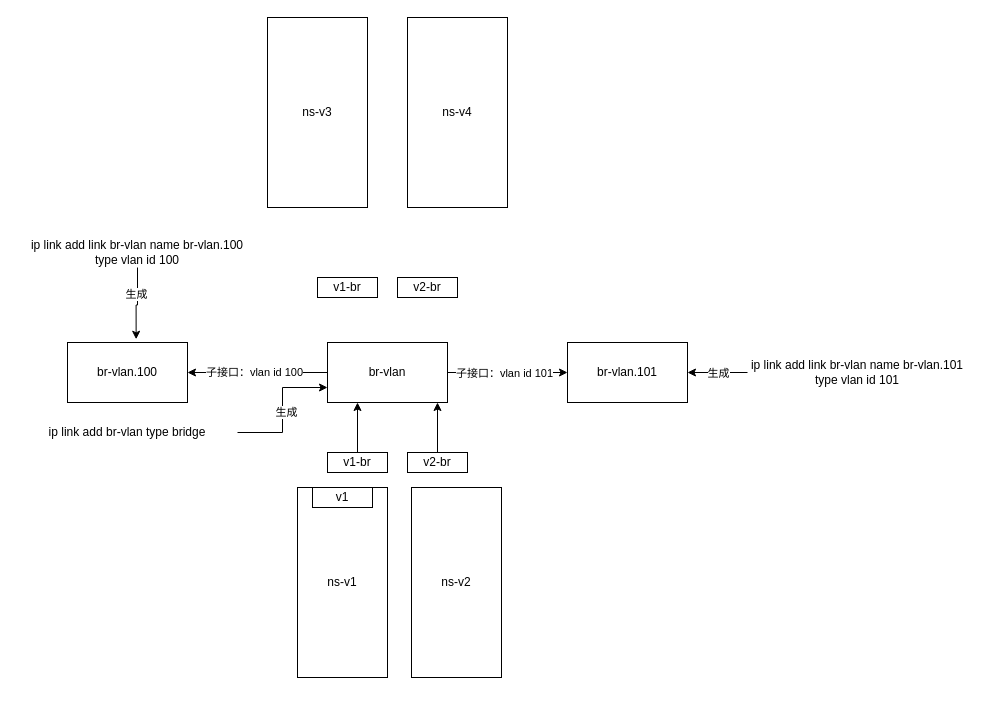
Above: vlan-模拟测试.drawio in lovegood66/network (draw.io), before the change. Source tidied: cells renumbered, new cells numbered last; positions are measured from the earlier drawing's top-left corner, leaving out a move shared by most shapes. Both pictures are drawn from the tidied source at 100%, with x=0, y=0 at pixel (17, 17).
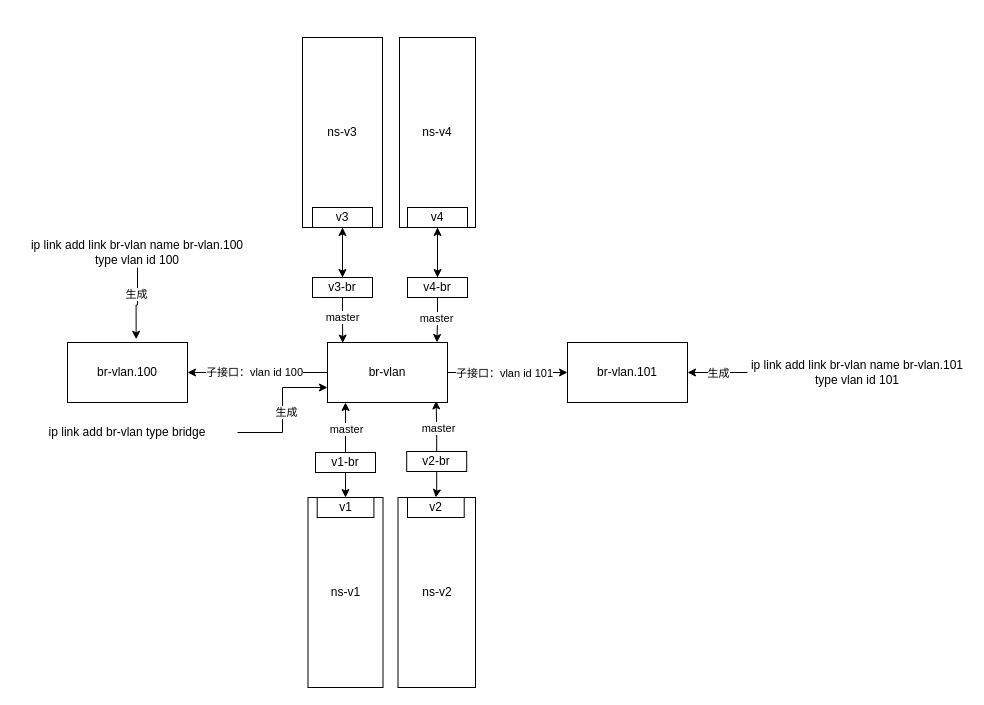
The same diagram, later.

Commit message:
530 更新 vlan-模拟测试.drawio

Unchanged cells that the change refers to:
```xml
<mxCell id="6" value="br-vlan" style="rounded=0;whiteSpace=wrap;html=1;" parent="1" vertex="1">
  <mxGeometry x="310" y="325" width="120" height="60" as="geometry" />
</mxCell>
```

Diff of the diagram source:
```diff
@@
+    <mxCell id="24" value="ns-v1" style="rounded=0;whiteSpace=wrap;html=1;" parent="1" vertex="1">
+      <mxGeometry x="290.5" y="480" width="75" height="190" as="geometry" />
+    </mxCell>
@@
     <mxCell id="18" value="ns-v2" style="rounded=0;whiteSpace=wrap;html=1;" parent="1" vertex="1">
-      <mxGeometry x="394" y="470" width="90" height="190" as="geometry" />
+      <mxGeometry x="380.5" y="480" width="77.5" height="190" as="geometry" />
     </mxCell>
     <mxCell id="19" value="ns-v3" style="rounded=0;whiteSpace=wrap;html=1;" parent="1" vertex="1">
-      <mxGeometry x="250" width="100" height="190" as="geometry" />
+      <mxGeometry x="285" y="20" width="80" height="190" as="geometry" />
     </mxCell>
     <mxCell id="20" value="ns-v4" style="rounded=0;whiteSpace=wrap;html=1;" parent="1" vertex="1">
-      <mxGeometry x="390" width="100" height="190" as="geometry" />
+      <mxGeometry x="382" y="20" width="76" height="190" as="geometry" />
     </mxCell>
-    <mxCell id="21" style="edgeStyle=orthogonalEdgeStyle;rounded=0;jettySize=auto;html=1;entryX=0.25;entryY=1;entryDx=0;entryDy=0;" parent="1" edge="1" source="22" target="6">
-      <mxGeometry relative="1" as="geometry" />
+    <mxCell id="21" style="edgeStyle=orthogonalEdgeStyle;rounded=0;jettySize=auto;html=1;entryX=0.25;entryY=1;entryDx=0;entryDy=0;" parent="1" edge="1" source="22">
+      <mxGeometry relative="1" as="geometry">
+        <mxPoint x="328" y="385" as="targetPoint" />
+      </mxGeometry>
     </mxCell>
+    <mxCell id="30" value="master" style="edgeLabel;html=1;align=center;verticalAlign=middle;" parent="21" vertex="1">
+      <mxGeometry x="-0.04" relative="1" as="geometry" />
+    </mxCell>
+    <mxCell id="31" style="edgeStyle=orthogonalEdgeStyle;rounded=0;jettySize=auto;html=1;entryX=0.5;entryY=0;entryDx=0;entryDy=0;" parent="1" edge="1" source="22" target="25">
+      <mxGeometry relative="1" as="geometry" />
+    </mxCell>
     <mxCell id="22" value="v1-br" style="rounded=0;whiteSpace=wrap;html=1;" parent="1" vertex="1">
-      <mxGeometry x="310" y="435" width="60" height="20" as="geometry" />
+      <mxGeometry x="298" y="435" width="60" height="20" as="geometry" />
     </mxCell>
-    <mxCell id="23" style="group;" parent="1" vertex="1">
-      <mxGeometry x="280" y="470" width="90" height="190" as="geometry" />
-    </mxCell>
-    <mxCell id="24" value="ns-v1" style="rounded=0;whiteSpace=wrap;html=1;" parent="23" vertex="1">
-      <mxGeometry width="90" height="190" as="geometry" />
-    </mxCell>
+    <mxCell id="26" style="edgeStyle=orthogonalEdgeStyle;rounded=0;jettySize=auto;html=1;entryX=0.905;entryY=0.974;entryDx=0;entryDy=0;entryPerimeter=0;" parent="1" edge="1" source="27" target="6">
+      <mxGeometry relative="1" as="geometry" />
+    </mxCell>
+    <mxCell id="32" value="master" style="edgeLabel;html=1;align=center;verticalAlign=middle;" parent="26" vertex="1">
+      <mxGeometry x="-0.05" y="-1" relative="1" as="geometry" />
+    </mxCell>
+    <mxCell id="33" style="edgeStyle=orthogonalEdgeStyle;rounded=0;jettySize=auto;html=1;entryX=0.5;entryY=0;entryDx=0;entryDy=0;" parent="1" edge="1" source="27" target="44">
+      <mxGeometry relative="1" as="geometry" />
+    </mxCell>
+    <mxCell id="27" value="v2-br" style="rounded=0;whiteSpace=wrap;html=1;" parent="1" vertex="1">
+      <mxGeometry x="389.2" y="434" width="60" height="20" as="geometry" />
+    </mxCell>
+    <mxCell id="34" style="edgeStyle=orthogonalEdgeStyle;rounded=0;jettySize=auto;html=1;" parent="1" edge="1" source="28">
+      <mxGeometry relative="1" as="geometry">
+        <mxPoint x="325" y="210" as="targetPoint" />
+      </mxGeometry>
+    </mxCell>
+    <mxCell id="28" value="v3-br" style="rounded=0;whiteSpace=wrap;html=1;" parent="1" vertex="1">
+      <mxGeometry x="295" y="260" width="60" height="20" as="geometry" />
+    </mxCell>
+    <mxCell id="35" style="edgeStyle=orthogonalEdgeStyle;rounded=0;jettySize=auto;html=1;" parent="1" edge="1" source="29">
+      <mxGeometry relative="1" as="geometry">
+        <mxPoint x="420" y="210" as="targetPoint" />
+      </mxGeometry>
+    </mxCell>
+    <mxCell id="29" value="v4-br" style="rounded=0;whiteSpace=wrap;html=1;" parent="1" vertex="1">
+      <mxGeometry x="390" y="260" width="60" height="20" as="geometry" />
+    </mxCell>
+    <mxCell id="36" style="edgeStyle=orthogonalEdgeStyle;rounded=0;jettySize=auto;html=1;entryX=0.127;entryY=0.009;entryDx=0;entryDy=0;entryPerimeter=0;" parent="1" edge="1" source="28" target="6">
+      <mxGeometry relative="1" as="geometry" />
+    </mxCell>
+    <mxCell id="37" value="master" style="edgeLabel;html=1;align=center;verticalAlign=middle;" parent="36" vertex="1">
+      <mxGeometry x="-0.17" y="-1" relative="1" as="geometry" />
+    </mxCell>
+    <mxCell id="38" style="edgeStyle=orthogonalEdgeStyle;rounded=0;jettySize=auto;html=1;entryX=0.912;entryY=-0.001;entryDx=0;entryDy=0;entryPerimeter=0;" parent="1" edge="1" source="29" target="6">
+      <mxGeometry relative="1" as="geometry" />
+    </mxCell>
+    <mxCell id="39" value="master" style="edgeLabel;html=1;align=center;verticalAlign=middle;" parent="38" vertex="1">
+      <mxGeometry x="-0.12" y="-2" relative="1" as="geometry" />
+    </mxCell>
+    <mxCell id="40" style="edgeStyle=orthogonalEdgeStyle;rounded=0;jettySize=auto;html=1;entryX=0.5;entryY=0;entryDx=0;entryDy=0;" parent="1" edge="1" source="41" target="28">
+      <mxGeometry relative="1" as="geometry" />
+    </mxCell>
+    <mxCell id="41" value="v3" style="rounded=0;whiteSpace=wrap;html=1;" parent="1" vertex="1">
+      <mxGeometry x="295" y="190" width="60" height="20" as="geometry" />
+    </mxCell>
+    <mxCell id="42" style="edgeStyle=orthogonalEdgeStyle;rounded=0;jettySize=auto;html=1;entryX=0.5;entryY=0;entryDx=0;entryDy=0;" parent="1" edge="1" source="43" target="29">
+      <mxGeometry relative="1" as="geometry" />
+    </mxCell>
+    <mxCell id="43" value="v4" style="rounded=0;whiteSpace=wrap;html=1;" parent="1" vertex="1">
+      <mxGeometry x="390" y="190" width="60" height="20" as="geometry" />
+    </mxCell>
-    <mxCell id="25" value="v1" style="rounded=0;whiteSpace=wrap;html=1;" parent="23" vertex="1">
-      <mxGeometry x="15" width="60" height="20" as="geometry" />
+    <mxCell id="25" value="v1" style="rounded=0;whiteSpace=wrap;html=1;" parent="1" vertex="1">
+      <mxGeometry x="299.7" y="480" width="56.7" height="20" as="geometry" />
     </mxCell>
-    <mxCell id="26" style="edgeStyle=orthogonalEdgeStyle;rounded=0;jettySize=auto;html=1;entryX=0.25;entryY=1;entryDx=0;entryDy=0;" parent="1" edge="1" source="27">
-      <mxGeometry relative="1" as="geometry">
-        <mxPoint x="420" y="385" as="targetPoint" />
-      </mxGeometry>
-    </mxCell>
-    <mxCell id="27" value="v2-br" style="rounded=0;whiteSpace=wrap;html=1;" parent="1" vertex="1">
-      <mxGeometry x="390" y="435" width="60" height="20" as="geometry" />
-    </mxCell>
-    <mxCell id="28" value="v1-br" style="rounded=0;whiteSpace=wrap;html=1;" parent="1" vertex="1">
-      <mxGeometry x="300" y="260" width="60" height="20" as="geometry" />
-    </mxCell>
-    <mxCell id="29" value="v2-br" style="rounded=0;whiteSpace=wrap;html=1;" parent="1" vertex="1">
-      <mxGeometry x="380" y="260" width="60" height="20" as="geometry" />
-    </mxCell>
+    <mxCell id="44" value="v2" style="rounded=0;whiteSpace=wrap;html=1;" parent="1" vertex="1">
+      <mxGeometry x="390" y="480" width="56.7" height="20" as="geometry" />
+    </mxCell>
```
